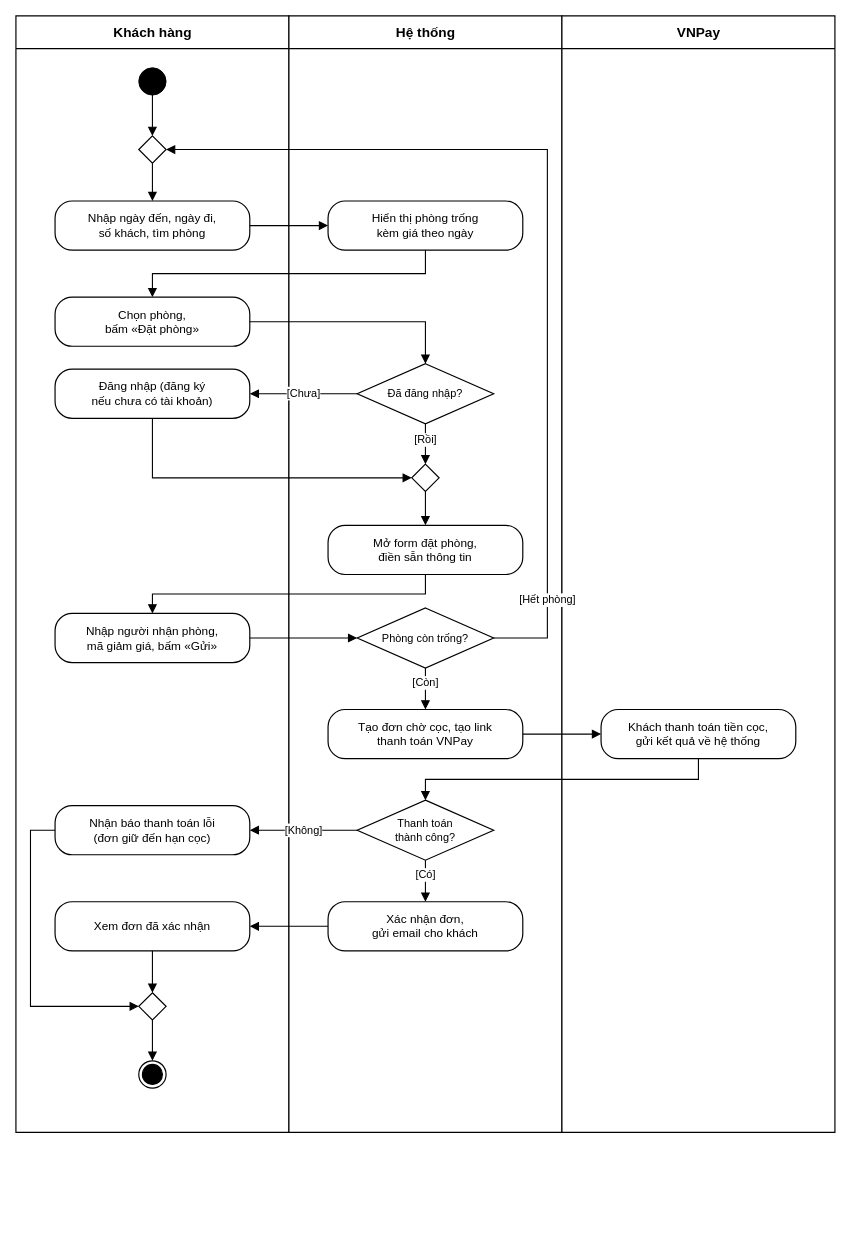
The draw.io diagram docs/thiet-ke/hd-dat-phong-dat-coc.drawio in ngynquchn2511/beach-hotel, before the edit. Source tidied: cells renumbered, new cells numbered last; positions are measured from the earlier drawing's top-left corner, leaving out a move shared by most shapes. Both pictures are drawn from the tidied source at 91%, with x=0, y=0 at pixel (15, 15).
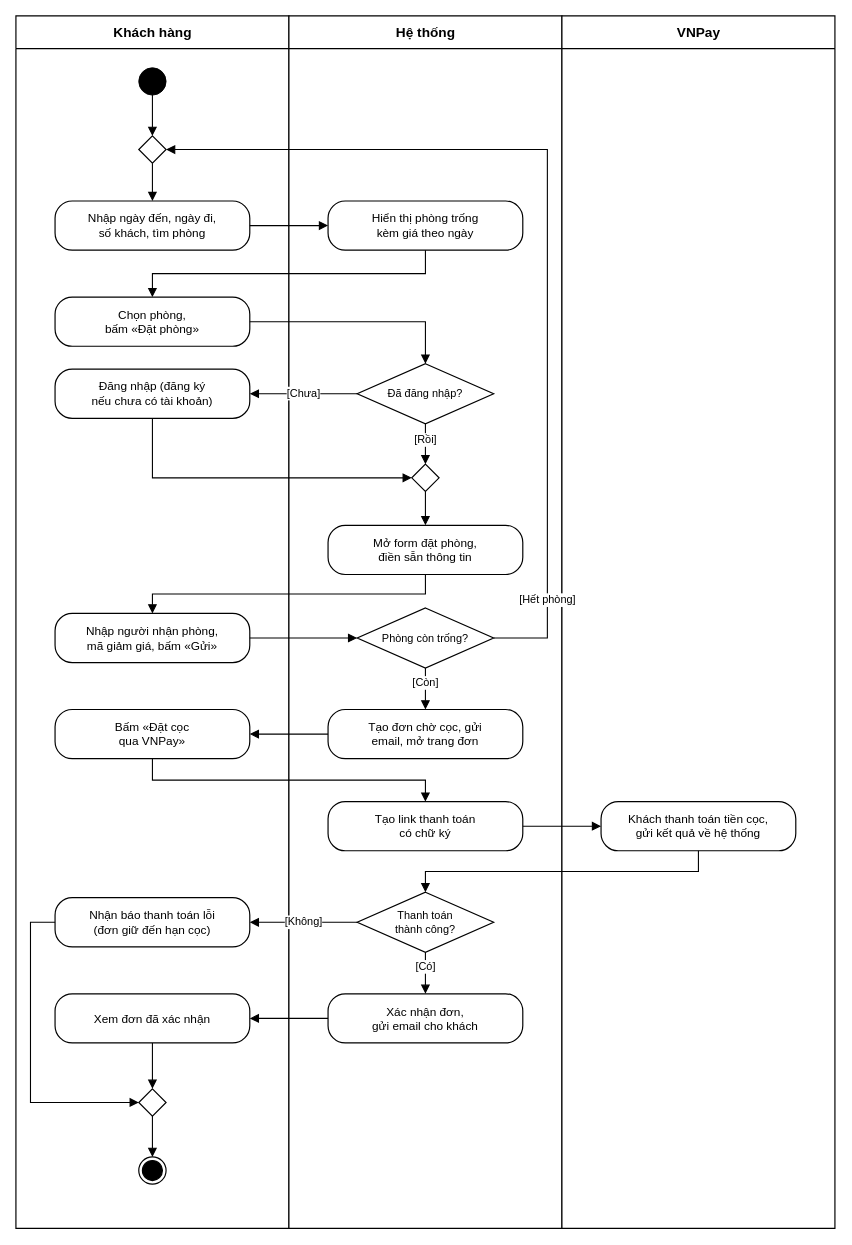
The same page after the edit.

What changed in the source:
```diff
@@
     <mxCell id="2" value="Khách hàng" style="fontFamily=Arial;fontColor=#000000;swimlane;horizontal=1;startSize=36;html=1;fillColor=#FFFFFF;strokeColor=#000000;strokeWidth=1.3;fontSize=15;fontStyle=1;swimlaneFillColor=#FFFFFF;" parent="1" vertex="1">
-      <mxGeometry width="300" height="1226.8" as="geometry" />
+      <mxGeometry width="300" height="1332.4" as="geometry" />
     </mxCell>
     <mxCell id="3" value="Hệ thống" style="fontFamily=Arial;fontColor=#000000;swimlane;horizontal=1;startSize=36;html=1;fillColor=#FFFFFF;strokeColor=#000000;strokeWidth=1.3;fontSize=15;fontStyle=1;swimlaneFillColor=#FFFFFF;" parent="1" vertex="1">
-      <mxGeometry x="300" width="300" height="1226.8" as="geometry" />
+      <mxGeometry x="300" width="300" height="1332.4" as="geometry" />
     </mxCell>
     <mxCell id="4" value="VNPay" style="fontFamily=Arial;fontColor=#000000;swimlane;horizontal=1;startSize=36;html=1;fillColor=#FFFFFF;strokeColor=#000000;strokeWidth=1.3;fontSize=15;fontStyle=1;swimlaneFillColor=#FFFFFF;" parent="1" vertex="1">
-      <mxGeometry x="600" width="300" height="1226.8" as="geometry" />
+      <mxGeometry x="600" width="300" height="1332.4" as="geometry" />
     </mxCell>
@@
-    <mxCell id="16" value="Tạo đơn chờ cọc, tạo link&lt;br&gt;thanh toán VNPay" style="fontFamily=Arial;fontColor=#000000;rounded=1;whiteSpace=wrap;html=1;arcSize=35;fillColor=#FFFFFF;strokeColor=#000000;strokeWidth=1.3;fontSize=13;spacing=6;" parent="1" vertex="1">
+    <mxCell id="16" value="Tạo đơn chờ cọc, gửi&lt;br&gt;email, mở trang đơn" style="fontFamily=Arial;fontColor=#000000;rounded=1;whiteSpace=wrap;html=1;arcSize=35;fillColor=#FFFFFF;strokeColor=#000000;strokeWidth=1.3;fontSize=13;spacing=6;" parent="1" vertex="1">
       <mxGeometry x="343" y="762.2" width="214" height="54" as="geometry" />
     </mxCell>
-    <mxCell id="17" value="Khách thanh toán tiền cọc,&lt;br&gt;gửi kết quả về hệ thống" style="fontFamily=Arial;fontColor=#000000;rounded=1;whiteSpace=wrap;html=1;arcSize=35;fillColor=#FFFFFF;strokeColor=#000000;strokeWidth=1.3;fontSize=13;spacing=6;" parent="1" vertex="1">
-      <mxGeometry x="643" y="762.2" width="214" height="54" as="geometry" />
+    <mxCell id="17" value="Bấm «Đặt cọc&lt;br&gt;qua VNPay»" style="fontFamily=Arial;fontColor=#000000;rounded=1;whiteSpace=wrap;html=1;arcSize=35;fillColor=#FFFFFF;strokeColor=#000000;strokeWidth=1.3;fontSize=13;spacing=6;" parent="1" vertex="1">
+      <mxGeometry x="43" y="762.2" width="214" height="54" as="geometry" />
     </mxCell>
+    <mxCell id="20" value="Tạo link thanh toán&lt;br&gt;có chữ ký" style="fontFamily=Arial;fontColor=#000000;rounded=1;whiteSpace=wrap;html=1;arcSize=35;fillColor=#FFFFFF;strokeColor=#000000;strokeWidth=1.3;fontSize=13;spacing=6;" parent="1" vertex="1">
+      <mxGeometry x="343" y="863.4" width="214" height="54" as="geometry" />
+    </mxCell>
+    <mxCell id="19" value="Khách thanh toán tiền cọc,&lt;br&gt;gửi kết quả về hệ thống" style="fontFamily=Arial;fontColor=#000000;rounded=1;whiteSpace=wrap;html=1;arcSize=35;fillColor=#FFFFFF;strokeColor=#000000;strokeWidth=1.3;fontSize=13;spacing=6;" parent="1" vertex="1">
+      <mxGeometry x="643" y="863.4" width="214" height="54" as="geometry" />
+    </mxCell>
     <mxCell id="18" value="Thanh toán&lt;br&gt;thành công?" style="fontFamily=Arial;fontColor=#000000;rhombus;whiteSpace=wrap;html=1;fillColor=#FFFFFF;strokeColor=#000000;strokeWidth=1.3;fontSize=12;" parent="1" vertex="1">
-      <mxGeometry x="375" y="861.8" width="150" height="66" as="geometry" />
+      <mxGeometry x="375" y="963" width="150" height="66" as="geometry" />
     </mxCell>
-    <mxCell id="19" value="Nhận báo thanh toán lỗi&lt;br&gt;(đơn giữ đến hạn cọc)" style="fontFamily=Arial;fontColor=#000000;rounded=1;whiteSpace=wrap;html=1;arcSize=35;fillColor=#FFFFFF;strokeColor=#000000;strokeWidth=1.3;fontSize=13;spacing=6;" parent="1" vertex="1">
-      <mxGeometry x="43" y="867.8" width="214" height="54" as="geometry" />
-    </mxCell>
-    <mxCell id="20" value="Xác nhận đơn,&lt;br&gt;gửi email cho khách" style="fontFamily=Arial;fontColor=#000000;rounded=1;whiteSpace=wrap;html=1;arcSize=35;fillColor=#FFFFFF;strokeColor=#000000;strokeWidth=1.3;fontSize=13;spacing=6;" parent="1" vertex="1">
-      <mxGeometry x="343" y="973.4" width="214" height="54" as="geometry" />
-    </mxCell>
-    <mxCell id="21" value="Xem đơn đã xác nhận" style="fontFamily=Arial;fontColor=#000000;rounded=1;whiteSpace=wrap;html=1;arcSize=35;fillColor=#FFFFFF;strokeColor=#000000;strokeWidth=1.3;fontSize=13;spacing=6;" parent="1" vertex="1">
-      <mxGeometry x="43" y="973.4" width="214" height="54" as="geometry" />
+    <mxCell id="21" value="Nhận báo thanh toán lỗi&lt;br&gt;(đơn giữ đến hạn cọc)" style="fontFamily=Arial;fontColor=#000000;rounded=1;whiteSpace=wrap;html=1;arcSize=35;fillColor=#FFFFFF;strokeColor=#000000;strokeWidth=1.3;fontSize=13;spacing=6;" parent="1" vertex="1">
+      <mxGeometry x="43" y="969" width="214" height="54" as="geometry" />
     </mxCell>
+    <mxCell id="45" value="Xác nhận đơn,&lt;br&gt;gửi email cho khách" style="fontFamily=Arial;fontColor=#000000;rounded=1;whiteSpace=wrap;html=1;arcSize=35;fillColor=#FFFFFF;strokeColor=#000000;strokeWidth=1.3;fontSize=13;spacing=6;" parent="1" vertex="1">
+      <mxGeometry x="343" y="1074.6" width="214" height="54" as="geometry" />
+    </mxCell>
+    <mxCell id="46" value="Xem đơn đã xác nhận" style="fontFamily=Arial;fontColor=#000000;rounded=1;whiteSpace=wrap;html=1;arcSize=35;fillColor=#FFFFFF;strokeColor=#000000;strokeWidth=1.3;fontSize=13;spacing=6;" parent="1" vertex="1">
+      <mxGeometry x="43" y="1074.6" width="214" height="54" as="geometry" />
+    </mxCell>
     <mxCell id="22" style="fontFamily=Arial;fontColor=#000000;rhombus;whiteSpace=wrap;html=1;fillColor=#FFFFFF;strokeColor=#000000;strokeWidth=1.3;fontSize=12;" parent="1" vertex="1">
-      <mxGeometry x="135" y="1073.4" width="30" height="30" as="geometry" />
+      <mxGeometry x="135" y="1179" width="30" height="30" as="geometry" />
     </mxCell>
     <mxCell id="23" style="ellipse;html=1;shape=endState;fillColor=#000000;strokeColor=#000000;strokeWidth=1.3;" parent="1" vertex="1">
-      <mxGeometry x="135" y="1148.2" width="30" height="30" as="geometry" />
+      <mxGeometry x="135" y="1253.8" width="30" height="30" as="geometry" />
     </mxCell>
@@
-    <mxCell id="37" style="fontFamily=Arial;fontColor=#000000;edgeStyle=orthogonalEdgeStyle;rounded=0;html=1;endArrow=block;endFill=1;endSize=7;strokeColor=#000000;strokeWidth=1.2;fontSize=12;labelBackgroundColor=#FFFFFF;exitX=1;exitY=0.5;exitDx=0;exitDy=0;entryX=0;entryY=0.5;entryDx=0;entryDy=0;" parent="1" edge="1" source="16" target="17">
+    <mxCell id="37" style="fontFamily=Arial;fontColor=#000000;edgeStyle=orthogonalEdgeStyle;rounded=0;html=1;endArrow=block;endFill=1;endSize=7;strokeColor=#000000;strokeWidth=1.2;fontSize=12;labelBackgroundColor=#FFFFFF;exitX=0;exitY=0.5;exitDx=0;exitDy=0;entryX=1;entryY=0.5;entryDx=0;entryDy=0;" parent="1" edge="1" source="16" target="17">
       <mxGeometry relative="1" as="geometry" />
     </mxCell>
-    <mxCell id="38" style="fontFamily=Arial;fontColor=#000000;edgeStyle=orthogonalEdgeStyle;rounded=0;html=1;endArrow=block;endFill=1;endSize=7;strokeColor=#000000;strokeWidth=1.2;fontSize=12;labelBackgroundColor=#FFFFFF;exitX=0.5;exitY=1;exitDx=0;exitDy=0;entryX=0.5;entryY=0;entryDx=0;entryDy=0;" parent="1" edge="1" source="17" target="18">
+    <mxCell id="38" style="fontFamily=Arial;fontColor=#000000;edgeStyle=orthogonalEdgeStyle;rounded=0;html=1;endArrow=block;endFill=1;endSize=7;strokeColor=#000000;strokeWidth=1.2;fontSize=12;labelBackgroundColor=#FFFFFF;exitX=0.5;exitY=1;exitDx=0;exitDy=0;entryX=0.5;entryY=0;entryDx=0;entryDy=0;" parent="1" edge="1" source="17" target="20">
       <mxGeometry relative="1" as="geometry">
         <Array as="points">
-          <mxPoint x="750" y="839" />
-          <mxPoint x="450" y="839" />
+          <mxPoint x="150" y="839.8" />
+          <mxPoint x="450" y="839.8" />
         </Array>
       </mxGeometry>
     </mxCell>
-    <mxCell id="39" value="[Không]" style="fontFamily=Arial;fontColor=#000000;edgeStyle=orthogonalEdgeStyle;rounded=0;html=1;endArrow=block;endFill=1;endSize=7;strokeColor=#000000;strokeWidth=1.2;fontSize=12;labelBackgroundColor=#FFFFFF;exitX=0;exitY=0.5;exitDx=0;exitDy=0;entryX=1;entryY=0.5;entryDx=0;entryDy=0;" parent="1" edge="1" source="18" target="19">
+    <mxCell id="39" style="fontFamily=Arial;fontColor=#000000;edgeStyle=orthogonalEdgeStyle;rounded=0;html=1;endArrow=block;endFill=1;endSize=7;strokeColor=#000000;strokeWidth=1.2;fontSize=12;labelBackgroundColor=#FFFFFF;exitX=1;exitY=0.5;exitDx=0;exitDy=0;entryX=0;entryY=0.5;entryDx=0;entryDy=0;" parent="1" edge="1" source="20" target="19">
       <mxGeometry relative="1" as="geometry" />
     </mxCell>
-    <mxCell id="40" value="[Có]" style="fontFamily=Arial;fontColor=#000000;edgeStyle=orthogonalEdgeStyle;rounded=0;html=1;endArrow=block;endFill=1;endSize=7;strokeColor=#000000;strokeWidth=1.2;fontSize=12;labelBackgroundColor=#FFFFFF;exitX=0.5;exitY=1;exitDx=0;exitDy=0;entryX=0.5;entryY=0;entryDx=0;entryDy=0;" parent="1" edge="1" source="18" target="20">
-      <mxGeometry x="-0.3" relative="1" as="geometry" />
+    <mxCell id="40" style="fontFamily=Arial;fontColor=#000000;edgeStyle=orthogonalEdgeStyle;rounded=0;html=1;endArrow=block;endFill=1;endSize=7;strokeColor=#000000;strokeWidth=1.2;fontSize=12;labelBackgroundColor=#FFFFFF;exitX=0.5;exitY=1;exitDx=0;exitDy=0;entryX=0.5;entryY=0;entryDx=0;entryDy=0;" parent="1" edge="1" source="19" target="18">
+      <mxGeometry relative="1" as="geometry">
+        <Array as="points">
+          <mxPoint x="750" y="940.2" />
+          <mxPoint x="450" y="940.2" />
+        </Array>
+      </mxGeometry>
     </mxCell>
-    <mxCell id="41" style="fontFamily=Arial;fontColor=#000000;edgeStyle=orthogonalEdgeStyle;rounded=0;html=1;endArrow=block;endFill=1;endSize=7;strokeColor=#000000;strokeWidth=1.2;fontSize=12;labelBackgroundColor=#FFFFFF;exitX=0;exitY=0.5;exitDx=0;exitDy=0;entryX=1;entryY=0.5;entryDx=0;entryDy=0;" parent="1" edge="1" source="20" target="21">
+    <mxCell id="41" value="[Không]" style="fontFamily=Arial;fontColor=#000000;edgeStyle=orthogonalEdgeStyle;rounded=0;html=1;endArrow=block;endFill=1;endSize=7;strokeColor=#000000;strokeWidth=1.2;fontSize=12;labelBackgroundColor=#FFFFFF;exitX=0;exitY=0.5;exitDx=0;exitDy=0;entryX=1;entryY=0.5;entryDx=0;entryDy=0;" parent="1" edge="1" source="18" target="21">
       <mxGeometry relative="1" as="geometry" />
     </mxCell>
-    <mxCell id="42" style="fontFamily=Arial;fontColor=#000000;edgeStyle=orthogonalEdgeStyle;rounded=0;html=1;endArrow=block;endFill=1;endSize=7;strokeColor=#000000;strokeWidth=1.2;fontSize=12;labelBackgroundColor=#FFFFFF;exitX=0;exitY=0.5;exitDx=0;exitDy=0;entryX=0;entryY=0.5;entryDx=0;entryDy=0;" parent="1" edge="1" source="19" target="22">
-      <mxGeometry relative="1" as="geometry">
-        <Array as="points">
-          <mxPoint x="16" y="894.8" />
-          <mxPoint x="16" y="1088.4" />
-        </Array>
-      </mxGeometry>
+    <mxCell id="42" value="[Có]" style="fontFamily=Arial;fontColor=#000000;edgeStyle=orthogonalEdgeStyle;rounded=0;html=1;endArrow=block;endFill=1;endSize=7;strokeColor=#000000;strokeWidth=1.2;fontSize=12;labelBackgroundColor=#FFFFFF;exitX=0.5;exitY=1;exitDx=0;exitDy=0;entryX=0.5;entryY=0;entryDx=0;entryDy=0;" parent="1" edge="1" source="18" target="45">
+      <mxGeometry x="-0.3" relative="1" as="geometry" />
     </mxCell>
-    <mxCell id="43" style="fontFamily=Arial;fontColor=#000000;edgeStyle=orthogonalEdgeStyle;rounded=0;html=1;endArrow=block;endFill=1;endSize=7;strokeColor=#000000;strokeWidth=1.2;fontSize=12;labelBackgroundColor=#FFFFFF;exitX=0.5;exitY=1;exitDx=0;exitDy=0;entryX=0.5;entryY=0;entryDx=0;entryDy=0;" parent="1" edge="1" source="21" target="22">
+    <mxCell id="43" style="fontFamily=Arial;fontColor=#000000;edgeStyle=orthogonalEdgeStyle;rounded=0;html=1;endArrow=block;endFill=1;endSize=7;strokeColor=#000000;strokeWidth=1.2;fontSize=12;labelBackgroundColor=#FFFFFF;exitX=0;exitY=0.5;exitDx=0;exitDy=0;entryX=1;entryY=0.5;entryDx=0;entryDy=0;" parent="1" edge="1" source="45" target="46">
       <mxGeometry relative="1" as="geometry" />
     </mxCell>
-    <mxCell id="44" style="fontFamily=Arial;fontColor=#000000;edgeStyle=orthogonalEdgeStyle;rounded=0;html=1;endArrow=block;endFill=1;endSize=7;strokeColor=#000000;strokeWidth=1.2;fontSize=12;labelBackgroundColor=#FFFFFF;exitX=0.5;exitY=1;exitDx=0;exitDy=0;entryX=0.5;entryY=0;entryDx=0;entryDy=0;" parent="1" edge="1" source="22" target="23">
-      <mxGeometry relative="1" as="geometry" />
+    <mxCell id="44" style="fontFamily=Arial;fontColor=#000000;edgeStyle=orthogonalEdgeStyle;rounded=0;html=1;endArrow=block;endFill=1;endSize=7;strokeColor=#000000;strokeWidth=1.2;fontSize=12;labelBackgroundColor=#FFFFFF;exitX=0;exitY=0.5;exitDx=0;exitDy=0;entryX=0;entryY=0.5;entryDx=0;entryDy=0;" parent="1" edge="1" source="21" target="22">
+      <mxGeometry relative="1" as="geometry">
+        <Array as="points">
+          <mxPoint x="16" y="996" />
+          <mxPoint x="16" y="1194" />
+        </Array>
+      </mxGeometry>
     </mxCell>
+    <mxCell id="47" style="fontFamily=Arial;fontColor=#000000;edgeStyle=orthogonalEdgeStyle;rounded=0;html=1;endArrow=block;endFill=1;endSize=7;strokeColor=#000000;strokeWidth=1.2;fontSize=12;labelBackgroundColor=#FFFFFF;exitX=0.5;exitY=1;exitDx=0;exitDy=0;entryX=0.5;entryY=0;entryDx=0;entryDy=0;" parent="1" edge="1" source="46" target="22">
+      <mxGeometry relative="1" as="geometry" />
+    </mxCell>
+    <mxCell id="48" style="fontFamily=Arial;fontColor=#000000;edgeStyle=orthogonalEdgeStyle;rounded=0;html=1;endArrow=block;endFill=1;endSize=7;strokeColor=#000000;strokeWidth=1.2;fontSize=12;labelBackgroundColor=#FFFFFF;exitX=0.5;exitY=1;exitDx=0;exitDy=0;entryX=0.5;entryY=0;entryDx=0;entryDy=0;" parent="1" edge="1" source="22" target="23">
+      <mxGeometry relative="1" as="geometry" />
+    </mxCell>
```
